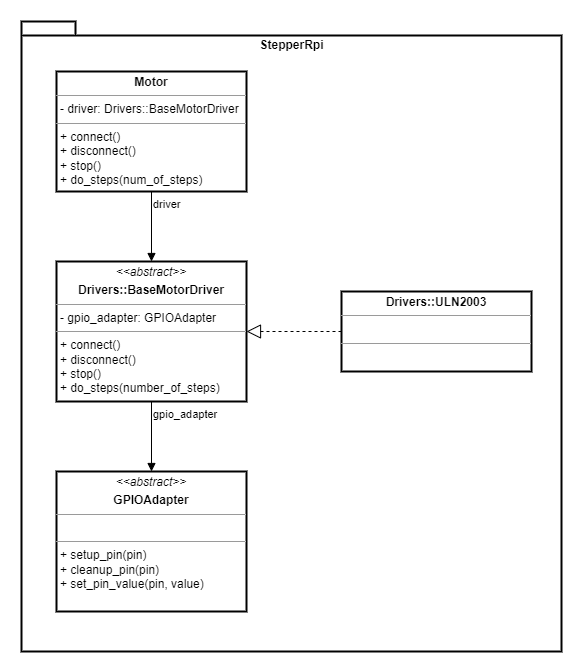
Before: imgs/stepper_rpi_classes.png, a diagram exported from draw.io (sergio1990/stepper_rpi). Source tidied: cells renumbered, new cells last; positions are measured from the earlier drawing's top-left corner, leaving out a move shared by most shapes.
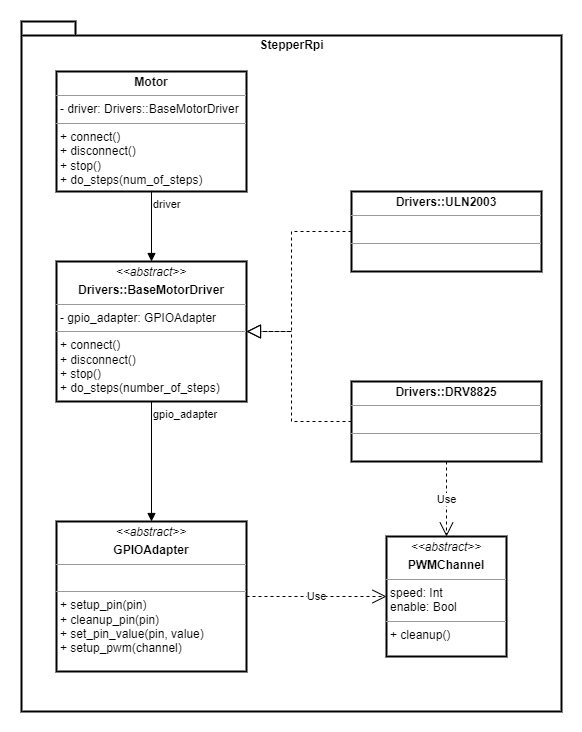
After the change.

Commit message:
Update library classes diagram

What changed in the source:
```diff
@@ -3,7 +3,7 @@
     <mxCell id="0" />
     <mxCell id="1" parent="0" />
     <mxCell id="2" value="StepperRpi" style="shape=folder;fontStyle=1;spacingTop=10;tabWidth=40;tabHeight=14;tabPosition=left;html=1;strokeWidth=2;verticalAlign=top;" parent="1" vertex="1">
-      <mxGeometry width="540" height="630" as="geometry" />
+      <mxGeometry width="540" height="690" as="geometry" />
     </mxCell>
     <mxCell id="3" value="&lt;p style=&quot;margin: 0px ; margin-top: 4px ; text-align: center&quot;&gt;&lt;b&gt;Motor&lt;/b&gt;&lt;/p&gt;&lt;hr size=&quot;1&quot;&gt;&lt;p style=&quot;margin: 0px ; margin-left: 4px&quot;&gt;- driver: Drivers::BaseMotorDriver&lt;/p&gt;&lt;hr size=&quot;1&quot;&gt;&lt;p style=&quot;margin: 0px ; margin-left: 4px&quot;&gt;+ connect()&lt;/p&gt;&lt;p style=&quot;margin: 0px ; margin-left: 4px&quot;&gt;+ disconnect()&lt;/p&gt;&lt;p style=&quot;margin: 0px ; margin-left: 4px&quot;&gt;+ stop()&lt;/p&gt;&lt;p style=&quot;margin: 0px ; margin-left: 4px&quot;&gt;+ do_steps(num_of_steps)&lt;/p&gt;" style="verticalAlign=top;align=left;overflow=fill;fontSize=12;fontFamily=Helvetica;html=1;strokeWidth=2;" parent="1" vertex="1">
       <mxGeometry x="35" y="50" width="190" height="120" as="geometry" />
@@ -14,17 +14,42 @@
     <mxCell id="5" value="driver" style="endArrow=block;endFill=1;html=1;edgeStyle=orthogonalEdgeStyle;align=left;verticalAlign=top;rounded=0;strokeWidth=1;exitX=0.5;exitY=1;exitDx=0;exitDy=0;entryX=0.5;entryY=0;entryDx=0;entryDy=0;" parent="1" edge="1" source="3" target="4">
       <mxGeometry x="-1" relative="1" as="geometry" />
     </mxCell>
-    <mxCell id="6" value="&lt;p style=&quot;margin: 0px ; margin-top: 4px ; text-align: center&quot;&gt;&lt;i&gt;&amp;lt;&amp;lt;abstract&amp;gt;&amp;gt;&lt;/i&gt;&lt;/p&gt;&lt;p style=&quot;margin: 0px ; margin-top: 4px ; text-align: center&quot;&gt;&lt;b&gt;GPIOAdapter&lt;/b&gt;&lt;/p&gt;&lt;hr size=&quot;1&quot;&gt;&lt;p style=&quot;margin: 0px ; margin-left: 4px&quot;&gt;&lt;br&gt;&lt;/p&gt;&lt;hr size=&quot;1&quot;&gt;&lt;p style=&quot;margin: 0px ; margin-left: 4px&quot;&gt;+ setup_pin(pin)&lt;/p&gt;&lt;p style=&quot;margin: 0px ; margin-left: 4px&quot;&gt;+ cleanup_pin(pin)&lt;/p&gt;&lt;p style=&quot;margin: 0px ; margin-left: 4px&quot;&gt;+ set_pin_value(pin, value)&lt;/p&gt;" style="verticalAlign=top;align=left;overflow=fill;fontSize=12;fontFamily=Helvetica;html=1;strokeWidth=2;" parent="1" vertex="1">
-      <mxGeometry x="35" y="450" width="190" height="140" as="geometry" />
+    <mxCell id="6" value="&lt;p style=&quot;margin: 0px ; margin-top: 4px ; text-align: center&quot;&gt;&lt;i&gt;&amp;lt;&amp;lt;abstract&amp;gt;&amp;gt;&lt;/i&gt;&lt;/p&gt;&lt;p style=&quot;margin: 0px ; margin-top: 4px ; text-align: center&quot;&gt;&lt;b&gt;GPIOAdapter&lt;/b&gt;&lt;/p&gt;&lt;hr size=&quot;1&quot;&gt;&lt;p style=&quot;margin: 0px ; margin-left: 4px&quot;&gt;&lt;br&gt;&lt;/p&gt;&lt;hr size=&quot;1&quot;&gt;&lt;p style=&quot;margin: 0px ; margin-left: 4px&quot;&gt;+ setup_pin(pin)&lt;/p&gt;&lt;p style=&quot;margin: 0px ; margin-left: 4px&quot;&gt;+ cleanup_pin(pin)&lt;/p&gt;&lt;p style=&quot;margin: 0px ; margin-left: 4px&quot;&gt;+ set_pin_value(pin, value)&lt;/p&gt;&lt;p style=&quot;margin: 0px ; margin-left: 4px&quot;&gt;+ setup_pwm(channel)&lt;/p&gt;" style="verticalAlign=top;align=left;overflow=fill;fontSize=12;fontFamily=Helvetica;html=1;strokeWidth=2;" parent="1" vertex="1">
+      <mxGeometry x="35" y="500" width="190" height="150" as="geometry" />
     </mxCell>
     <mxCell id="7" value="gpio_adapter" style="endArrow=block;endFill=1;html=1;edgeStyle=orthogonalEdgeStyle;align=left;verticalAlign=top;rounded=0;strokeWidth=1;exitX=0.5;exitY=1;exitDx=0;exitDy=0;entryX=0.5;entryY=0;entryDx=0;entryDy=0;" parent="1" edge="1" source="4" target="6">
       <mxGeometry x="-1" relative="1" as="geometry" />
     </mxCell>
     <mxCell id="8" value="&lt;p style=&quot;margin: 0px ; margin-top: 4px ; text-align: center&quot;&gt;&lt;b&gt;Drivers::ULN2003&lt;/b&gt;&lt;br&gt;&lt;/p&gt;&lt;hr size=&quot;1&quot;&gt;&lt;p style=&quot;margin: 0px ; margin-left: 4px&quot;&gt;&lt;br&gt;&lt;/p&gt;&lt;hr size=&quot;1&quot;&gt;&lt;p style=&quot;margin: 0px ; margin-left: 4px&quot;&gt;&lt;br&gt;&lt;/p&gt;" style="verticalAlign=top;align=left;overflow=fill;fontSize=12;fontFamily=Helvetica;html=1;strokeWidth=2;" parent="1" vertex="1">
-      <mxGeometry x="320" y="270" width="190" height="80" as="geometry" />
+      <mxGeometry x="330" y="170" width="190" height="80" as="geometry" />
     </mxCell>
     <mxCell id="9" style="endArrow=block;dashed=1;endFill=0;endSize=12;html=1;rounded=0;strokeWidth=1;entryX=1;entryY=0.5;entryDx=0;entryDy=0;exitX=0;exitY=0.5;exitDx=0;exitDy=0;" parent="1" edge="1" source="8" target="4">
-      <mxGeometry relative="1" as="geometry" />
+      <mxGeometry relative="1" as="geometry">
+        <Array as="points">
+          <mxPoint x="270" y="210" />
+          <mxPoint x="270" y="310" />
+        </Array>
+      </mxGeometry>
     </mxCell>
+    <mxCell id="10" value="&lt;p style=&quot;margin: 0px ; margin-top: 4px ; text-align: center&quot;&gt;&lt;b&gt;Drivers::DRV8825&lt;/b&gt;&lt;br&gt;&lt;/p&gt;&lt;hr size=&quot;1&quot;&gt;&lt;p style=&quot;margin: 0px ; margin-left: 4px&quot;&gt;&lt;br&gt;&lt;/p&gt;&lt;hr size=&quot;1&quot;&gt;&lt;p style=&quot;margin: 0px ; margin-left: 4px&quot;&gt;&lt;br&gt;&lt;/p&gt;" style="verticalAlign=top;align=left;overflow=fill;fontSize=12;fontFamily=Helvetica;html=1;strokeWidth=2;" parent="1" vertex="1">
+      <mxGeometry x="330" y="360" width="190" height="80" as="geometry" />
+    </mxCell>
+    <mxCell id="11" style="endArrow=block;dashed=1;endFill=0;endSize=12;html=1;rounded=0;strokeWidth=1;entryX=1;entryY=0.5;entryDx=0;entryDy=0;exitX=0;exitY=0.5;exitDx=0;exitDy=0;" parent="1" edge="1" source="10" target="4">
+      <mxGeometry relative="1" as="geometry">
+        <Array as="points">
+          <mxPoint x="270" y="400" />
+          <mxPoint x="270" y="310" />
+        </Array>
+      </mxGeometry>
+    </mxCell>
+    <mxCell id="12" value="&lt;p style=&quot;margin: 0px ; margin-top: 4px ; text-align: center&quot;&gt;&lt;i&gt;&amp;lt;&amp;lt;abstract&amp;gt;&amp;gt;&lt;/i&gt;&lt;/p&gt;&lt;p style=&quot;margin: 0px ; margin-top: 4px ; text-align: center&quot;&gt;&lt;b&gt;PWMChannel&lt;/b&gt;&lt;/p&gt;&lt;hr size=&quot;1&quot;&gt;&lt;p style=&quot;margin: 0px ; margin-left: 4px&quot;&gt;speed: Int&lt;/p&gt;&lt;p style=&quot;margin: 0px ; margin-left: 4px&quot;&gt;enable: Bool&lt;/p&gt;&lt;hr size=&quot;1&quot;&gt;&lt;p style=&quot;margin: 0px ; margin-left: 4px&quot;&gt;+ cleanup()&lt;/p&gt;" style="verticalAlign=top;align=left;overflow=fill;fontSize=12;fontFamily=Helvetica;html=1;strokeWidth=2;" parent="1" vertex="1">
+      <mxGeometry x="365" y="515" width="120" height="120" as="geometry" />
+    </mxCell>
+    <mxCell id="13" value="Use" style="endArrow=open;endSize=12;dashed=1;html=1;rounded=0;entryX=0;entryY=0.5;entryDx=0;entryDy=0;exitX=1;exitY=0.5;exitDx=0;exitDy=0;" parent="1" edge="1" source="6" target="12">
+      <mxGeometry relative="1" as="geometry" />
+    </mxCell>
+    <mxCell id="14" value="Use" style="endArrow=open;endSize=12;dashed=1;html=1;rounded=0;entryX=0.5;entryY=0;entryDx=0;entryDy=0;exitX=0.5;exitY=1;exitDx=0;exitDy=0;" parent="1" edge="1" source="10" target="12">
+      <mxGeometry relative="1" as="geometry" />
+    </mxCell>
   </root>
 </mxGraphModel>
```
